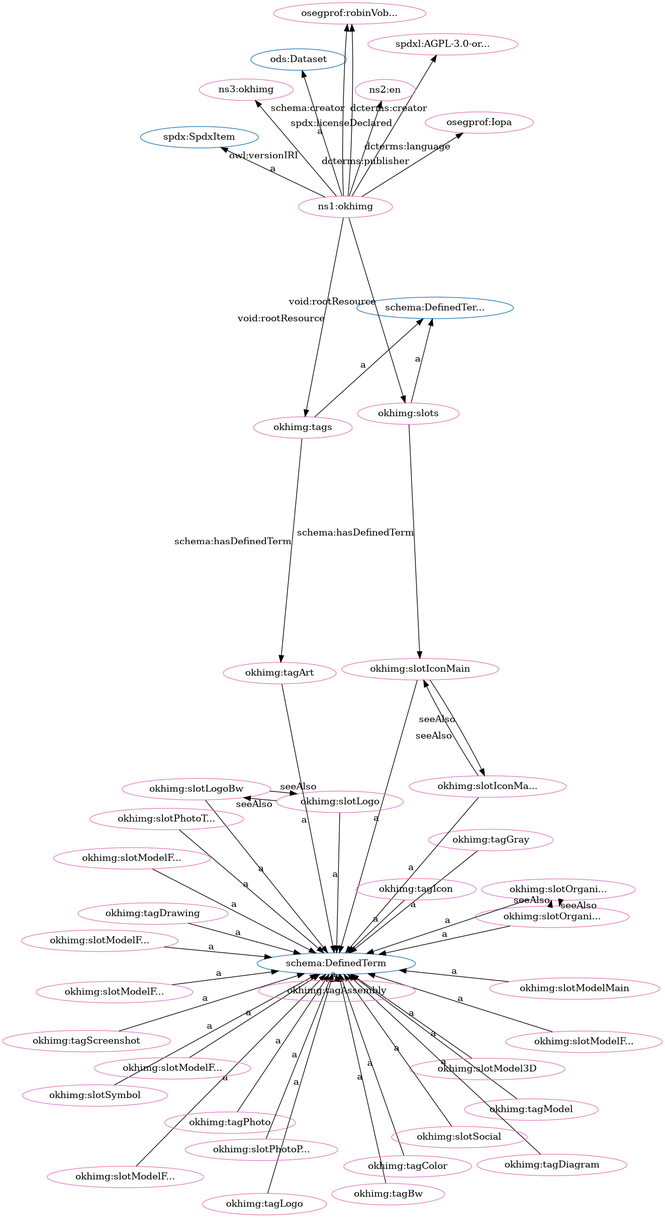
Above: src/spec/dot_okh-img-clean.png in iop-alliance/OpenKnowHow (Graphviz), before the change. Its source is kept beside it as src/spec/dot_okh-img-clean.dot.
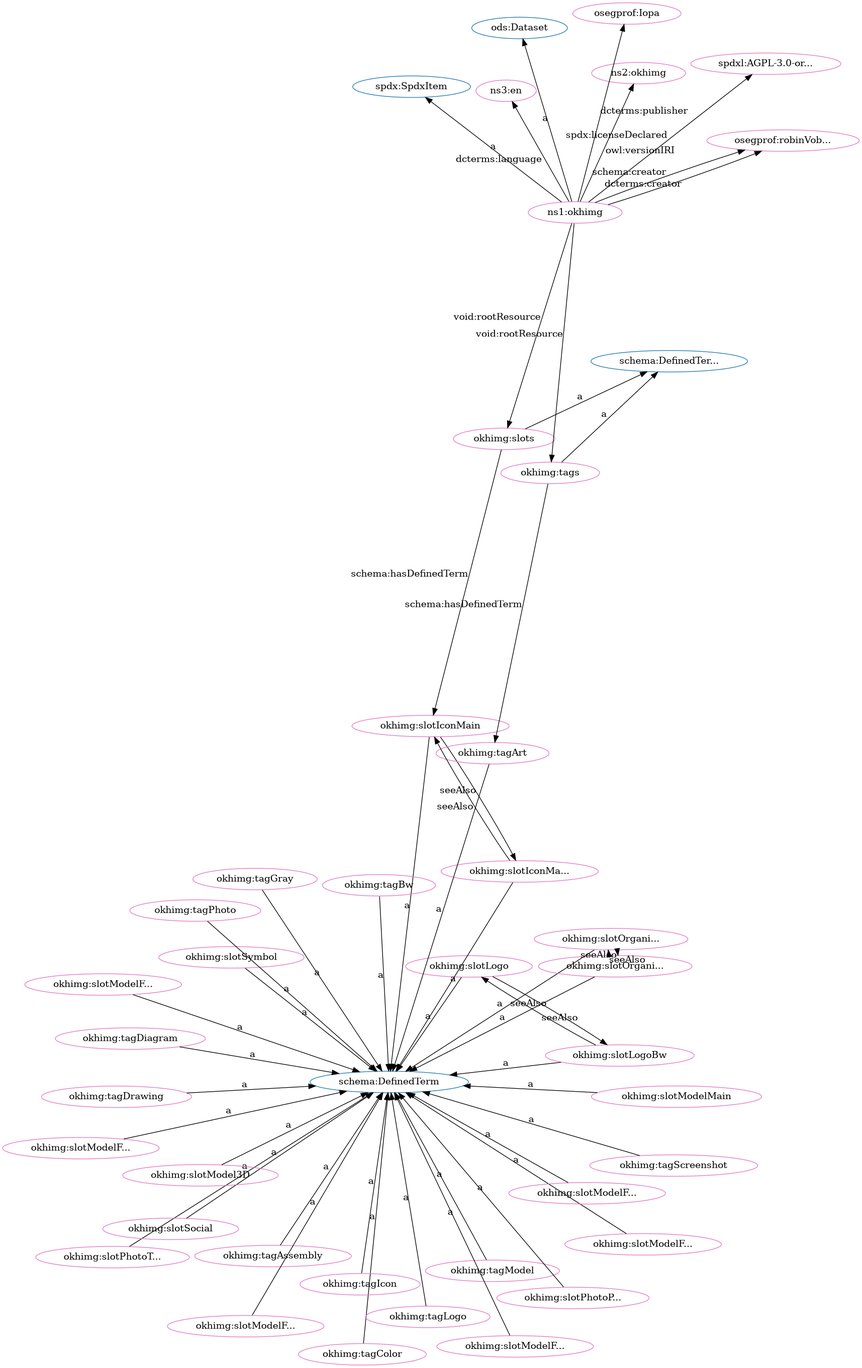
Later version of the same file.

The edit, as a diff of the source:
```diff
@@ -1,96 +1,96 @@
 digraph G {
   rankdir=BT
   node[height=.3]
-"http://spdx.org/rdf/terms#SpdxItem" [fillcolor="#1f77b4" color="#1f77b4" label="spdx:SpdxItem"]
 "http://w3id.org/oseg/ont/ods#Dataset" [fillcolor="#1f77b4" color="#1f77b4" label="ods:Dataset"]
 "http://schema.org/DefinedTerm" [fillcolor="#1f77b4" color="#1f77b4" label="schema:DefinedTerm"]
 "http://schema.org/DefinedTermSet" [fillcolor="#1f77b4" color="#1f77b4" label="schema:DefinedTer..."]
+"http://spdx.org/rdf/terms#SpdxItem" [fillcolor="#1f77b4" color="#1f77b4" label="spdx:SpdxItem"]
+"http://w3id.org/oseg/ont/okhimg#slotModelFromLeft" [fillcolor="#e377c2" color="#e377c2" label="okhimg:slotModelF..."]
+"http://w3id.org/oseg/ont/okhimg#tagModel" [fillcolor="#e377c2" color="#e377c2" label="okhimg:tagModel"]
+"http://w3id.org/oseg/ont/okhimg#slotOrganizationLogo" [fillcolor="#e377c2" color="#e377c2" label="okhimg:slotOrgani..."]
+"http://w3id.org/oseg/ont/okhimg#slotIconMain" [fillcolor="#e377c2" color="#e377c2" label="okhimg:slotIconMain"]
+"http://w3id.org/oseg/ont/okhimg#slotLogo" [fillcolor="#e377c2" color="#e377c2" label="okhimg:slotLogo"]
+"http://w3id.org/oseg/ont/okhimg#tagDiagram" [fillcolor="#e377c2" color="#e377c2" label="okhimg:tagDiagram"]
+"http://w3id.org/oseg/ont/okhimg" [fillcolor="#e377c2" color="#e377c2" label="ns1:okhimg"]
+"http://w3id.org/oseg/ont/okhimg#slotPhotoThingMain" [fillcolor="#e377c2" color="#e377c2" label="okhimg:slotPhotoT..."]
+"http://w3id.org/oseg/ont/okhimg#slotOrganizationLogoBw" [fillcolor="#e377c2" color="#e377c2" label="okhimg:slotOrgani..."]
+"http://w3id.org/oseg/ont/okhimg#slotLogoBw" [fillcolor="#e377c2" color="#e377c2" label="okhimg:slotLogoBw"]
+"http://w3id.org/oseg/ont/okhimg#tagArt" [fillcolor="#e377c2" color="#e377c2" label="okhimg:tagArt"]
+"http://w3id.org/oseg/ont/oseg-profiles#robinVobruba" [fillcolor="#e377c2" color="#e377c2" label="osegprof:robinVob..."]
+"http://spdx.org/licenses/AGPL-3.0-or-later" [fillcolor="#e377c2" color="#e377c2" label="spdxl:AGPL-3.0-or..."]
+"http://w3id.org/oseg/ont/okhimg#tagBw" [fillcolor="#e377c2" color="#e377c2" label="okhimg:tagBw"]
+"http://w3id.org/oseg/ont/okhimg#slotModelFromAbove" [fillcolor="#e377c2" color="#e377c2" label="okhimg:slotModelF..."]
+"http://w3id.org/oseg/ont/okhimg#slotSymbol" [fillcolor="#e377c2" color="#e377c2" label="okhimg:slotSymbol"]
+"http://w3id.org/oseg/ont/okhimg#tagScreenshot" [fillcolor="#e377c2" color="#e377c2" label="okhimg:tagScreenshot"]
+"http://w3id.org/oseg/ont/okhimg#slotIconMainBw" [fillcolor="#e377c2" color="#e377c2" label="okhimg:slotIconMa..."]
+"http://w3id.org/oseg/ont/okhimg#slots" [fillcolor="#e377c2" color="#e377c2" label="okhimg:slots"]
+"http://w3id.org/oseg/ont/0.1.0/okhimg" [fillcolor="#e377c2" color="#e377c2" label="ns2:okhimg"]
+"http://w3id.org/oseg/ont/okhimg#tagColor" [fillcolor="#e377c2" color="#e377c2" label="okhimg:tagColor"]
+"http://w3id.org/oseg/ont/okhimg#tagIcon" [fillcolor="#e377c2" color="#e377c2" label="okhimg:tagIcon"]
+"http://w3id.org/oseg/ont/okhimg#slotModelFromBack" [fillcolor="#e377c2" color="#e377c2" label="okhimg:slotModelF..."]
+"http://w3id.org/oseg/ont/okhimg#slotSocial" [fillcolor="#e377c2" color="#e377c2" label="okhimg:slotSocial"]
+"http://w3id.org/oseg/ont/okhimg#tagAssembly" [fillcolor="#e377c2" color="#e377c2" label="okhimg:tagAssembly"]
+"http://w3id.org/oseg/ont/okhimg#tags" [fillcolor="#e377c2" color="#e377c2" label="okhimg:tags"]
+"http://w3id.org/oseg/ont/okhimg#slotModelFromFront" [fillcolor="#e377c2" color="#e377c2" label="okhimg:slotModelF..."]
+"http://w3id.org/oseg/ont/okhimg#slotModel3D" [fillcolor="#e377c2" color="#e377c2" label="okhimg:slotModel3D"]
+"http://w3id.org/oseg/ont/okhimg#tagDrawing" [fillcolor="#e377c2" color="#e377c2" label="okhimg:tagDrawing"]
 "http://w3id.org/oseg/ont/okhimg#tagGray" [fillcolor="#e377c2" color="#e377c2" label="okhimg:tagGray"]
-"http://w3id.org/oseg/ont/okhimg#slotModelFromLeft" [fillcolor="#e377c2" color="#e377c2" label="okhimg:slotModelF..."]
+"http://w3id.org/oseg/ont/okhimg#slotModelFromBelow" [fillcolor="#e377c2" color="#e377c2" label="okhimg:slotModelF..."]
 "http://w3id.org/oseg/ont/okhimg#tagPhoto" [fillcolor="#e377c2" color="#e377c2" label="okhimg:tagPhoto"]
-"http://w3id.org/oseg/ont/okhimg#tagScreenshot" [fillcolor="#e377c2" color="#e377c2" label="okhimg:tagScreenshot"]
-"http://w3id.org/oseg/ont/okhimg#slotIconMain" [fillcolor="#e377c2" color="#e377c2" label="okhimg:slotIconMain"]
-"http://w3id.org/oseg/ont/okhimg#slotOrganizationLogoBw" [fillcolor="#e377c2" color="#e377c2" label="okhimg:slotOrgani..."]
-"http://spdx.org/licenses/AGPL-3.0-or-later" [fillcolor="#e377c2" color="#e377c2" label="spdxl:AGPL-3.0-or..."]
-"http://w3id.org/oseg/ont/okhimg#slotOrganizationLogo" [fillcolor="#e377c2" color="#e377c2" label="okhimg:slotOrgani..."]
-"http://w3id.org/oseg/ont/okhimg#tagModel" [fillcolor="#e377c2" color="#e377c2" label="okhimg:tagModel"]
-"http://w3id.org/oseg/ont/okhimg#slotIconMainBw" [fillcolor="#e377c2" color="#e377c2" label="okhimg:slotIconMa..."]
+"http://w3id.org/oseg/ont/okhimg#slotModelFromRight" [fillcolor="#e377c2" color="#e377c2" label="okhimg:slotModelF..."]
 "http://w3id.org/oseg/ont/oseg-profiles#Iopa" [fillcolor="#e377c2" color="#e377c2" label="osegprof:Iopa"]
-"http://w3id.org/oseg/ont/okhimg#slotSymbol" [fillcolor="#e377c2" color="#e377c2" label="okhimg:slotSymbol"]
-"http://w3id.org/oseg/ont/okhimg#slotLogoBw" [fillcolor="#e377c2" color="#e377c2" label="okhimg:slotLogoBw"]
+"http://w3id.org/oseg/ont/okhimg#slotModelMain" [fillcolor="#e377c2" color="#e377c2" label="okhimg:slotModelMain"]
 "http://w3id.org/oseg/ont/okhimg#tagLogo" [fillcolor="#e377c2" color="#e377c2" label="okhimg:tagLogo"]
-"http://w3id.org/oseg/ont/okhimg#slots" [fillcolor="#e377c2" color="#e377c2" label="okhimg:slots"]
-"http://w3id.org/oseg/ont/okhimg#slotLogo" [fillcolor="#e377c2" color="#e377c2" label="okhimg:slotLogo"]
-"http://w3id.org/oseg/ont/okhimg#slotPhotoThingMain" [fillcolor="#e377c2" color="#e377c2" label="okhimg:slotPhotoT..."]
-"http://w3id.org/oseg/ont/okhimg#tagDrawing" [fillcolor="#e377c2" color="#e377c2" label="okhimg:tagDrawing"]
-"http://w3id.org/oseg/ont/okhimg#tags" [fillcolor="#e377c2" color="#e377c2" label="okhimg:tags"]
-"http://w3id.org/oseg/ont/okhimg#slotModel3D" [fillcolor="#e377c2" color="#e377c2" label="okhimg:slotModel3D"]
 "http://w3id.org/oseg/ont/okhimg#slotPhotoPackaging" [fillcolor="#e377c2" color="#e377c2" label="okhimg:slotPhotoP..."]
-"http://w3id.org/oseg/ont/okhimg#slotModelFromRight" [fillcolor="#e377c2" color="#e377c2" label="okhimg:slotModelF..."]
-"http://w3id.org/oseg/ont/okhimg#tagDiagram" [fillcolor="#e377c2" color="#e377c2" label="okhimg:tagDiagram"]
-"http://w3id.org/oseg/ont/okhimg#tagArt" [fillcolor="#e377c2" color="#e377c2" label="okhimg:tagArt"]
-"http://w3id.org/oseg/ont/okhimg#tagBw" [fillcolor="#e377c2" color="#e377c2" label="okhimg:tagBw"]
-"http://w3id.org/oseg/ont/okhimg#slotModelMain" [fillcolor="#e377c2" color="#e377c2" label="okhimg:slotModelMain"]
-"http://w3id.org/oseg/ont/okhimg#slotModelFromBack" [fillcolor="#e377c2" color="#e377c2" label="okhimg:slotModelF..."]
-"http://w3id.org/oseg/ont/okhimg" [fillcolor="#e377c2" color="#e377c2" label="ns1:okhimg"]
-"http://w3id.org/oseg/ont/okhimg#tagColor" [fillcolor="#e377c2" color="#e377c2" label="okhimg:tagColor"]
-"http://id.loc.gov/vocabulary/iso639-1/en" [fillcolor="#e377c2" color="#e377c2" label="ns2:en"]
-"http://w3id.org/oseg/ont/0.1.0/okhimg" [fillcolor="#e377c2" color="#e377c2" label="ns3:okhimg"]
-"http://w3id.org/oseg/ont/okhimg#slotSocial" [fillcolor="#e377c2" color="#e377c2" label="okhimg:slotSocial"]
-"http://w3id.org/oseg/ont/okhimg#slotModelFromBelow" [fillcolor="#e377c2" color="#e377c2" label="okhimg:slotModelF..."]
-"http://w3id.org/oseg/ont/okhimg#slotModelFromAbove" [fillcolor="#e377c2" color="#e377c2" label="okhimg:slotModelF..."]
-"http://w3id.org/oseg/ont/okhimg#slotModelFromFront" [fillcolor="#e377c2" color="#e377c2" label="okhimg:slotModelF..."]
-"http://w3id.org/oseg/ont/oseg-profiles#robinVobruba" [fillcolor="#e377c2" color="#e377c2" label="osegprof:robinVob..."]
-"http://w3id.org/oseg/ont/okhimg#tagAssembly" [fillcolor="#e377c2" color="#e377c2" label="okhimg:tagAssembly"]
-"http://w3id.org/oseg/ont/okhimg#tagIcon" [fillcolor="#e377c2" color="#e377c2" label="okhimg:tagIcon"]
-  "http://w3id.org/oseg/ont/okhimg#tagGray" -> "http://schema.org/DefinedTerm" [label="a"]
+"http://id.loc.gov/vocabulary/iso639-1/en" [fillcolor="#e377c2" color="#e377c2" label="ns3:en"]
   "http://w3id.org/oseg/ont/okhimg#slotModelFromLeft" -> "http://schema.org/DefinedTerm" [label="a"]
-  "http://w3id.org/oseg/ont/okhimg#tagPhoto" -> "http://schema.org/DefinedTerm" [label="a"]
-  "http://w3id.org/oseg/ont/okhimg#tagScreenshot" -> "http://schema.org/DefinedTerm" [label="a"]
+  "http://w3id.org/oseg/ont/okhimg#tagModel" -> "http://schema.org/DefinedTerm" [label="a"]
+  "http://w3id.org/oseg/ont/okhimg#slotOrganizationLogoBw" -> "http://w3id.org/oseg/ont/okhimg#slotOrganizationLogo" [label="seeAlso"]
   "http://w3id.org/oseg/ont/okhimg#slotIconMain" -> "http://schema.org/DefinedTerm" [label="a"]
+  "http://w3id.org/oseg/ont/okhimg#slotLogo" -> "http://schema.org/DefinedTerm" [label="a"]
+  "http://w3id.org/oseg/ont/okhimg#slotIconMainBw" -> "http://w3id.org/oseg/ont/okhimg#slotIconMain" [label="seeAlso"]
+  "http://w3id.org/oseg/ont/okhimg#tagDiagram" -> "http://schema.org/DefinedTerm" [label="a"]
+  "http://w3id.org/oseg/ont/okhimg" -> "http://spdx.org/rdf/terms#SpdxItem" [label="a"]
+  "http://w3id.org/oseg/ont/okhimg#slotPhotoThingMain" -> "http://schema.org/DefinedTerm" [label="a"]
+  "http://w3id.org/oseg/ont/okhimg#slots" -> "http://w3id.org/oseg/ont/okhimg#slotIconMain" [label="schema:hasDefinedTerm"]
   "http://w3id.org/oseg/ont/okhimg#slotOrganizationLogoBw" -> "http://schema.org/DefinedTerm" [label="a"]
-  "http://w3id.org/oseg/ont/okhimg" -> "http://spdx.org/licenses/AGPL-3.0-or-later" [label="spdx:licenseDeclared"]
-  "http://w3id.org/oseg/ont/okhimg#slotOrganizationLogoBw" -> "http://w3id.org/oseg/ont/okhimg#slotOrganizationLogo" [label="seeAlso"]
-  "http://w3id.org/oseg/ont/okhimg#tagModel" -> "http://schema.org/DefinedTerm" [label="a"]
-  "http://w3id.org/oseg/ont/okhimg#slotIconMainBw" -> "http://schema.org/DefinedTerm" [label="a"]
-  "http://w3id.org/oseg/ont/okhimg" -> "http://w3id.org/oseg/ont/oseg-profiles#Iopa" [label="dcterms:publisher"]
-  "http://w3id.org/oseg/ont/okhimg#slotSymbol" -> "http://schema.org/DefinedTerm" [label="a"]
-  "http://w3id.org/oseg/ont/okhimg#slotLogoBw" -> "http://schema.org/DefinedTerm" [label="a"]
-  "http://w3id.org/oseg/ont/okhimg#slotIconMainBw" -> "http://w3id.org/oseg/ont/okhimg#slotIconMain" [label="seeAlso"]
-  "http://w3id.org/oseg/ont/okhimg#tagLogo" -> "http://schema.org/DefinedTerm" [label="a"]
-  "http://w3id.org/oseg/ont/okhimg" -> "http://w3id.org/oseg/ont/okhimg#slots" [label="void:rootResource"]
-  "http://w3id.org/oseg/ont/okhimg#slotLogo" -> "http://schema.org/DefinedTerm" [label="a"]
-  "http://w3id.org/oseg/ont/okhimg#slotPhotoThingMain" -> "http://schema.org/DefinedTerm" [label="a"]
-  "http://w3id.org/oseg/ont/okhimg#tagDrawing" -> "http://schema.org/DefinedTerm" [label="a"]
-  "http://w3id.org/oseg/ont/okhimg#slotIconMain" -> "http://w3id.org/oseg/ont/okhimg#slotIconMainBw" [label="seeAlso"]
-  "http://w3id.org/oseg/ont/okhimg#tags" -> "http://schema.org/DefinedTermSet" [label="a"]
-  "http://w3id.org/oseg/ont/okhimg#slotModel3D" -> "http://schema.org/DefinedTerm" [label="a"]
-  "http://w3id.org/oseg/ont/okhimg#slotPhotoPackaging" -> "http://schema.org/DefinedTerm" [label="a"]
-  "http://w3id.org/oseg/ont/okhimg#slots" -> "http://schema.org/DefinedTermSet" [label="a"]
-  "http://w3id.org/oseg/ont/okhimg#slotModelFromRight" -> "http://schema.org/DefinedTerm" [label="a"]
-  "http://w3id.org/oseg/ont/okhimg#tagDiagram" -> "http://schema.org/DefinedTerm" [label="a"]
+  "http://w3id.org/oseg/ont/okhimg#slotLogo" -> "http://w3id.org/oseg/ont/okhimg#slotLogoBw" [label="seeAlso"]
+  "http://w3id.org/oseg/ont/okhimg#tags" -> "http://w3id.org/oseg/ont/okhimg#tagArt" [label="schema:hasDefinedTerm"]
   "http://w3id.org/oseg/ont/okhimg#slotOrganizationLogo" -> "http://w3id.org/oseg/ont/okhimg#slotOrganizationLogoBw" [label="seeAlso"]
   "http://w3id.org/oseg/ont/okhimg#slotLogoBw" -> "http://w3id.org/oseg/ont/okhimg#slotLogo" [label="seeAlso"]
-  "http://w3id.org/oseg/ont/okhimg#tags" -> "http://w3id.org/oseg/ont/okhimg#tagArt" [label="schema:hasDefinedTerm"]
+  "http://w3id.org/oseg/ont/okhimg" -> "http://w3id.org/oseg/ont/oseg-profiles#robinVobruba" [label="schema:creator"]
+  "http://w3id.org/oseg/ont/okhimg" -> "http://spdx.org/licenses/AGPL-3.0-or-later" [label="spdx:licenseDeclared"]
   "http://w3id.org/oseg/ont/okhimg#tagBw" -> "http://schema.org/DefinedTerm" [label="a"]
+  "http://w3id.org/oseg/ont/okhimg#slotModelFromAbove" -> "http://schema.org/DefinedTerm" [label="a"]
+  "http://w3id.org/oseg/ont/okhimg#slotSymbol" -> "http://schema.org/DefinedTerm" [label="a"]
+  "http://w3id.org/oseg/ont/okhimg#tagScreenshot" -> "http://schema.org/DefinedTerm" [label="a"]
+  "http://w3id.org/oseg/ont/okhimg#slotIconMainBw" -> "http://schema.org/DefinedTerm" [label="a"]
+  "http://w3id.org/oseg/ont/okhimg#slots" -> "http://schema.org/DefinedTermSet" [label="a"]
+  "http://w3id.org/oseg/ont/okhimg" -> "http://w3id.org/oseg/ont/0.1.0/okhimg" [label="owl:versionIRI"]
+  "http://w3id.org/oseg/ont/okhimg#slotLogoBw" -> "http://schema.org/DefinedTerm" [label="a"]
+  "http://w3id.org/oseg/ont/okhimg#tagColor" -> "http://schema.org/DefinedTerm" [label="a"]
+  "http://w3id.org/oseg/ont/okhimg" -> "http://w3id.org/oseg/ont/okhimg#slots" [label="void:rootResource"]
+  "http://w3id.org/oseg/ont/okhimg#tagIcon" -> "http://schema.org/DefinedTerm" [label="a"]
+  "http://w3id.org/oseg/ont/okhimg" -> "http://w3id.org/oseg/ont/oseg-profiles#robinVobruba" [label="dcterms:creator"]
+  "http://w3id.org/oseg/ont/okhimg#slotIconMain" -> "http://w3id.org/oseg/ont/okhimg#slotIconMainBw" [label="seeAlso"]
+  "http://w3id.org/oseg/ont/okhimg#slotModelFromBack" -> "http://schema.org/DefinedTerm" [label="a"]
+  "http://w3id.org/oseg/ont/okhimg#slotSocial" -> "http://schema.org/DefinedTerm" [label="a"]
+  "http://w3id.org/oseg/ont/okhimg#tagAssembly" -> "http://schema.org/DefinedTerm" [label="a"]
+  "http://w3id.org/oseg/ont/okhimg#tags" -> "http://schema.org/DefinedTermSet" [label="a"]
+  "http://w3id.org/oseg/ont/okhimg#slotModelFromFront" -> "http://schema.org/DefinedTerm" [label="a"]
+  "http://w3id.org/oseg/ont/okhimg#slotModel3D" -> "http://schema.org/DefinedTerm" [label="a"]
+  "http://w3id.org/oseg/ont/okhimg" -> "http://w3id.org/oseg/ont/ods#Dataset" [label="a"]
+  "http://w3id.org/oseg/ont/okhimg#tagArt" -> "http://schema.org/DefinedTerm" [label="a"]
+  "http://w3id.org/oseg/ont/okhimg#tagDrawing" -> "http://schema.org/DefinedTerm" [label="a"]
   "http://w3id.org/oseg/ont/okhimg" -> "http://w3id.org/oseg/ont/okhimg#tags" [label="void:rootResource"]
+  "http://w3id.org/oseg/ont/okhimg#tagGray" -> "http://schema.org/DefinedTerm" [label="a"]
+  "http://w3id.org/oseg/ont/okhimg#slotModelFromBelow" -> "http://schema.org/DefinedTerm" [label="a"]
+  "http://w3id.org/oseg/ont/okhimg#tagPhoto" -> "http://schema.org/DefinedTerm" [label="a"]
+  "http://w3id.org/oseg/ont/okhimg#slotModelFromRight" -> "http://schema.org/DefinedTerm" [label="a"]
+  "http://w3id.org/oseg/ont/okhimg" -> "http://w3id.org/oseg/ont/oseg-profiles#Iopa" [label="dcterms:publisher"]
   "http://w3id.org/oseg/ont/okhimg#slotModelMain" -> "http://schema.org/DefinedTerm" [label="a"]
-  "http://w3id.org/oseg/ont/okhimg#slotModelFromBack" -> "http://schema.org/DefinedTerm" [label="a"]
-  "http://w3id.org/oseg/ont/okhimg" -> "http://w3id.org/oseg/ont/ods#Dataset" [label="a"]
-  "http://w3id.org/oseg/ont/okhimg#tagColor" -> "http://schema.org/DefinedTerm" [label="a"]
+  "http://w3id.org/oseg/ont/okhimg#tagLogo" -> "http://schema.org/DefinedTerm" [label="a"]
+  "http://w3id.org/oseg/ont/okhimg#slotPhotoPackaging" -> "http://schema.org/DefinedTerm" [label="a"]
   "http://w3id.org/oseg/ont/okhimg" -> "http://id.loc.gov/vocabulary/iso639-1/en" [label="dcterms:language"]
-  "http://w3id.org/oseg/ont/okhimg" -> "http://w3id.org/oseg/ont/0.1.0/okhimg" [label="owl:versionIRI"]
-  "http://w3id.org/oseg/ont/okhimg#slotSocial" -> "http://schema.org/DefinedTerm" [label="a"]
-  "http://w3id.org/oseg/ont/okhimg#slotModelFromBelow" -> "http://schema.org/DefinedTerm" [label="a"]
   "http://w3id.org/oseg/ont/okhimg#slotOrganizationLogo" -> "http://schema.org/DefinedTerm" [label="a"]
-  "http://w3id.org/oseg/ont/okhimg#slotModelFromAbove" -> "http://schema.org/DefinedTerm" [label="a"]
-  "http://w3id.org/oseg/ont/okhimg" -> "http://spdx.org/rdf/terms#SpdxItem" [label="a"]
-  "http://w3id.org/oseg/ont/okhimg#tagArt" -> "http://schema.org/DefinedTerm" [label="a"]
-  "http://w3id.org/oseg/ont/okhimg#slotModelFromFront" -> "http://schema.org/DefinedTerm" [label="a"]
-  "http://w3id.org/oseg/ont/okhimg#slotLogo" -> "http://w3id.org/oseg/ont/okhimg#slotLogoBw" [label="seeAlso"]
-  "http://w3id.org/oseg/ont/okhimg" -> "http://w3id.org/oseg/ont/oseg-profiles#robinVobruba" [label="schema:creator"]
-  "http://w3id.org/oseg/ont/okhimg#tagAssembly" -> "http://schema.org/DefinedTerm" [label="a"]
-  "http://w3id.org/oseg/ont/okhimg#tagIcon" -> "http://schema.org/DefinedTerm" [label="a"]
-  "http://w3id.org/oseg/ont/okhimg#slots" -> "http://w3id.org/oseg/ont/okhimg#slotIconMain" [label="schema:hasDefinedTerm"]
-  "http://w3id.org/oseg/ont/okhimg" -> "http://w3id.org/oseg/ont/oseg-profiles#robinVobruba" [label="dcterms:creator"]
 }
```
